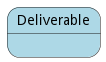
Above: docs/edgemere/aml/ds/pm/models/deliverable/statenet.png in madajaju/edgemere (PlantUML), before the change.
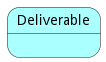
Above is the later version.

Change to the diagram source:
```diff
@@ -2,7 +2,7 @@
 
 
 
-state Deliverable #lightblue {
+state Deliverable #aaffff {
 
 
 
```
